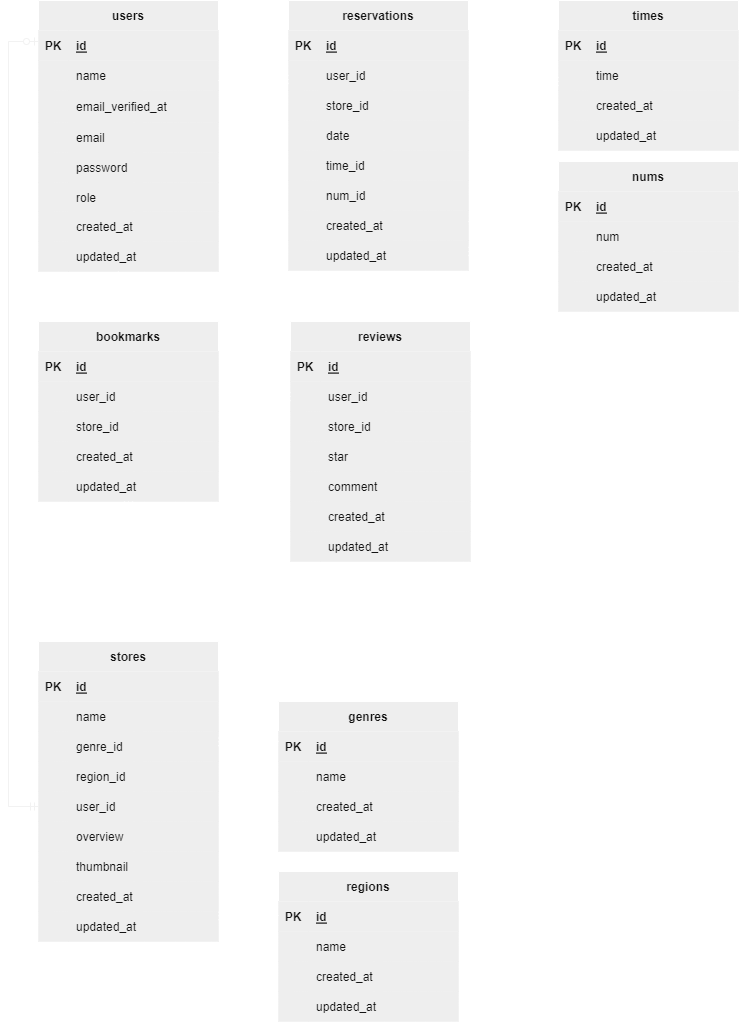
This is reservation.drawio.png from MinaYamamoto/reservation, a draw.io export, as it was before one commit. Source tidied: cells renumbered, new cells last; positions are measured from the earlier drawing's top-left corner, leaving out a move shared by most shapes.
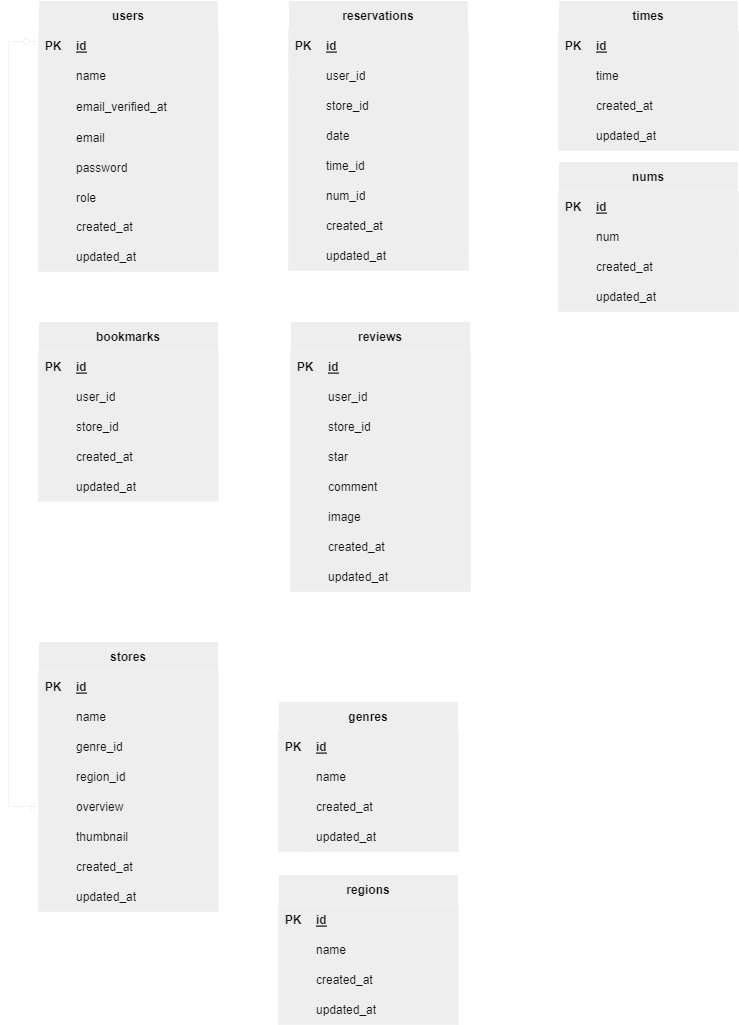
After the commit.

Change to the diagram source:
```diff
@@ -201,7 +201,7 @@
       <mxGeometry x="30" width="150" height="30" as="geometry" />
     </mxCell>
     <mxCell id="68" value="reviews" style="shape=table;startSize=30;rowLines=0;fontStyle=1;align=center;fillColor=#eeeeee;strokeColor=#FFFFFF;fontColor=#141414;" parent="1" vertex="1">
-      <mxGeometry x="282" y="321" width="180" height="240" as="geometry" />
+      <mxGeometry x="282" y="321" width="180" height="270" as="geometry" />
     </mxCell>
     <mxCell id="69" style="shape=tableRow;horizontal=0;startSize=0;swimlaneHead=0;swimlaneBody=0;fillColor=#eeeeee;top=0;left=0;right=0;bottom=1;strokeColor=#FFFFFF;fontColor=#141414;" parent="68" vertex="1">
       <mxGeometry y="30" width="180" height="30" as="geometry" />
@@ -248,8 +248,17 @@
     <mxCell id="83" value="comment" style="shape=partialRectangle;fillColor=#eeeeee;top=0;left=0;bottom=0;right=0;align=left;spacingLeft=6;overflow=hidden;strokeColor=#FFFFFF;fontColor=#141414;" parent="81" vertex="1">
       <mxGeometry x="30" width="150" height="30" as="geometry" />
     </mxCell>
+    <mxCell id="181" style="shape=tableRow;horizontal=0;startSize=0;swimlaneHead=0;swimlaneBody=0;fillColor=#eeeeee;top=0;left=0;right=0;bottom=0;strokeColor=#FFFFFF;fontColor=#141414;" parent="68" vertex="1">
+      <mxGeometry y="180" width="180" height="30" as="geometry" />
+    </mxCell>
+    <mxCell id="116" style="shape=partialRectangle;fillColor=#eeeeee;top=0;left=0;bottom=0;right=0;overflow=hidden;strokeColor=#FFFFFF;fontColor=#141414;" parent="181" vertex="1">
+      <mxGeometry width="30" height="30" as="geometry" />
+    </mxCell>
+    <mxCell id="182" value="image" style="shape=partialRectangle;fillColor=#eeeeee;top=0;left=0;bottom=0;right=0;align=left;spacingLeft=6;overflow=hidden;strokeColor=#FFFFFF;fontColor=#141414;" parent="181" vertex="1">
+      <mxGeometry x="30" width="150" height="30" as="geometry" />
+    </mxCell>
     <mxCell id="84" style="shape=tableRow;horizontal=0;startSize=0;swimlaneHead=0;swimlaneBody=0;fillColor=#eeeeee;top=0;left=0;right=0;bottom=0;strokeColor=#FFFFFF;fontColor=#141414;" parent="68" vertex="1">
-      <mxGeometry y="180" width="180" height="30" as="geometry" />
+      <mxGeometry y="210" width="180" height="30" as="geometry" />
     </mxCell>
     <mxCell id="85" style="shape=partialRectangle;fillColor=#eeeeee;top=0;left=0;bottom=0;right=0;overflow=hidden;strokeColor=#FFFFFF;fontColor=#141414;" parent="84" vertex="1">
       <mxGeometry width="30" height="30" as="geometry" />
@@ -258,7 +267,7 @@
       <mxGeometry x="30" width="150" height="30" as="geometry" />
     </mxCell>
     <mxCell id="87" style="shape=tableRow;horizontal=0;startSize=0;swimlaneHead=0;swimlaneBody=0;fillColor=#eeeeee;top=0;left=0;right=0;bottom=0;strokeColor=#FFFFFF;fontColor=#141414;" parent="68" vertex="1">
-      <mxGeometry y="210" width="180" height="30" as="geometry" />
+      <mxGeometry y="240" width="180" height="30" as="geometry" />
     </mxCell>
     <mxCell id="88" style="shape=partialRectangle;fillColor=#eeeeee;top=0;left=0;bottom=0;right=0;overflow=hidden;strokeColor=#FFFFFF;fontColor=#141414;" parent="87" vertex="1">
       <mxGeometry width="30" height="30" as="geometry" />
@@ -267,7 +276,7 @@
       <mxGeometry x="30" width="150" height="30" as="geometry" />
     </mxCell>
     <mxCell id="90" value="stores" style="shape=table;startSize=30;rowLines=0;fontStyle=1;align=center;fillColor=#eeeeee;strokeColor=#FFFFFF;fontColor=#141414;" parent="1" vertex="1">
-      <mxGeometry x="30" y="641" width="180" height="300" as="geometry" />
+      <mxGeometry x="30" y="641" width="180" height="270" as="geometry" />
     </mxCell>
     <mxCell id="91" style="shape=tableRow;horizontal=0;startSize=0;swimlaneHead=0;swimlaneBody=0;fillColor=#eeeeee;top=0;left=0;right=0;bottom=1;strokeColor=#FFFFFF;fontColor=#141414;" parent="90" vertex="1">
       <mxGeometry y="30" width="180" height="30" as="geometry" />
@@ -311,7 +320,7 @@
     <mxCell id="104" style="shape=partialRectangle;fillColor=#eeeeee;top=0;left=0;bottom=0;right=0;overflow=hidden;strokeColor=#FFFFFF;fontColor=#141414;" parent="103" vertex="1">
       <mxGeometry width="30" height="30" as="geometry" />
     </mxCell>
-    <mxCell id="105" value="user_id" style="shape=partialRectangle;fillColor=#eeeeee;top=0;left=0;bottom=0;right=0;align=left;spacingLeft=6;overflow=hidden;strokeColor=#FFFFFF;fontColor=#141414;" parent="103" vertex="1">
+    <mxCell id="105" value="overview" style="shape=partialRectangle;fillColor=#eeeeee;top=0;left=0;bottom=0;right=0;align=left;spacingLeft=6;overflow=hidden;strokeColor=#FFFFFF;fontColor=#141414;" parent="103" vertex="1">
       <mxGeometry x="30" width="150" height="30" as="geometry" />
     </mxCell>
     <mxCell id="106" style="shape=tableRow;horizontal=0;startSize=0;swimlaneHead=0;swimlaneBody=0;fillColor=#eeeeee;top=0;left=0;right=0;bottom=0;strokeColor=#FFFFFF;fontColor=#141414;" parent="90" vertex="1">
@@ -320,7 +329,7 @@
     <mxCell id="107" style="shape=partialRectangle;fillColor=#eeeeee;top=0;left=0;bottom=0;right=0;overflow=hidden;strokeColor=#FFFFFF;fontColor=#141414;" parent="106" vertex="1">
       <mxGeometry width="30" height="30" as="geometry" />
     </mxCell>
-    <mxCell id="108" value="overview" style="shape=partialRectangle;fillColor=#eeeeee;top=0;left=0;bottom=0;right=0;align=left;spacingLeft=6;overflow=hidden;strokeColor=#FFFFFF;fontColor=#141414;" parent="106" vertex="1">
+    <mxCell id="108" value="thumbnail" style="shape=partialRectangle;fillColor=#eeeeee;top=0;left=0;bottom=0;right=0;align=left;spacingLeft=6;overflow=hidden;strokeColor=#FFFFFF;fontColor=#141414;" parent="106" vertex="1">
       <mxGeometry x="30" width="150" height="30" as="geometry" />
     </mxCell>
     <mxCell id="109" style="shape=tableRow;horizontal=0;startSize=0;swimlaneHead=0;swimlaneBody=0;fillColor=#eeeeee;top=0;left=0;right=0;bottom=0;strokeColor=#FFFFFF;fontColor=#141414;" parent="90" vertex="1">
@@ -329,7 +338,7 @@
     <mxCell id="110" style="shape=partialRectangle;fillColor=#eeeeee;top=0;left=0;bottom=0;right=0;overflow=hidden;strokeColor=#FFFFFF;fontColor=#141414;" parent="109" vertex="1">
       <mxGeometry width="30" height="30" as="geometry" />
     </mxCell>
-    <mxCell id="111" value="thumbnail" style="shape=partialRectangle;fillColor=#eeeeee;top=0;left=0;bottom=0;right=0;align=left;spacingLeft=6;overflow=hidden;strokeColor=#FFFFFF;fontColor=#141414;" parent="109" vertex="1">
+    <mxCell id="111" value="created_at" style="shape=partialRectangle;fillColor=#eeeeee;top=0;left=0;bottom=0;right=0;align=left;spacingLeft=6;overflow=hidden;strokeColor=#FFFFFF;fontColor=#141414;" parent="109" vertex="1">
       <mxGeometry x="30" width="150" height="30" as="geometry" />
     </mxCell>
     <mxCell id="112" style="shape=tableRow;horizontal=0;startSize=0;swimlaneHead=0;swimlaneBody=0;fillColor=#eeeeee;points=[[0,0.5],[1,0.5]];portConstraint=eastwest;top=0;left=0;right=0;bottom=0;strokeColor=#FFFFFF;fontColor=#141414;" parent="90" vertex="1">
@@ -338,18 +347,9 @@
     <mxCell id="113" style="shape=partialRectangle;fillColor=#eeeeee;top=0;left=0;bottom=0;right=0;overflow=hidden;strokeColor=#FFFFFF;fontColor=#141414;" parent="112" vertex="1">
       <mxGeometry width="30" height="30" as="geometry" />
     </mxCell>
-    <mxCell id="114" value="created_at" style="shape=partialRectangle;fillColor=#eeeeee;top=0;left=0;bottom=0;right=0;align=left;spacingLeft=6;overflow=hidden;strokeColor=#FFFFFF;fontColor=#141414;" parent="112" vertex="1">
+    <mxCell id="114" value="updated_at" style="shape=partialRectangle;fillColor=#eeeeee;top=0;left=0;bottom=0;right=0;align=left;spacingLeft=6;overflow=hidden;strokeColor=#FFFFFF;fontColor=#141414;" parent="112" vertex="1">
       <mxGeometry x="30" width="150" height="30" as="geometry" />
     </mxCell>
-    <mxCell id="115" style="shape=tableRow;horizontal=0;startSize=0;swimlaneHead=0;swimlaneBody=0;fillColor=#eeeeee;top=0;left=0;right=0;bottom=0;strokeColor=#FFFFFF;fontColor=#141414;" parent="90" vertex="1">
-      <mxGeometry y="270" width="180" height="30" as="geometry" />
-    </mxCell>
-    <mxCell id="116" style="shape=partialRectangle;fillColor=#eeeeee;top=0;left=0;bottom=0;right=0;overflow=hidden;strokeColor=#FFFFFF;fontColor=#141414;" parent="115" vertex="1">
-      <mxGeometry width="30" height="30" as="geometry" />
-    </mxCell>
-    <mxCell id="117" value="updated_at" style="shape=partialRectangle;fillColor=#eeeeee;top=0;left=0;bottom=0;right=0;align=left;spacingLeft=6;overflow=hidden;strokeColor=#FFFFFF;fontColor=#141414;" parent="115" vertex="1">
-      <mxGeometry x="30" width="150" height="30" as="geometry" />
-    </mxCell>
     <mxCell id="118" value="genres" style="shape=table;startSize=30;rowLines=0;fontStyle=1;align=center;fillColor=#eeeeee;strokeColor=#FFFFFF;fontColor=#141414;" parent="1" vertex="1">
       <mxGeometry x="270" y="701" width="180" height="150" as="geometry" />
     </mxCell>
@@ -390,7 +390,7 @@
       <mxGeometry x="30" width="150" height="30" as="geometry" />
     </mxCell>
     <mxCell id="131" value="regions" style="shape=table;startSize=30;rowLines=0;fontStyle=1;align=center;fillColor=#eeeeee;strokeColor=#FFFFFF;fontColor=#141414;" parent="1" vertex="1">
-      <mxGeometry x="270" y="871" width="180" height="150" as="geometry" />
+      <mxGeometry x="270" y="874" width="180" height="150" as="geometry" />
     </mxCell>
     <mxCell id="132" style="shape=tableRow;horizontal=0;startSize=0;swimlaneHead=0;swimlaneBody=0;fillColor=#eeeeee;top=0;left=0;right=0;bottom=1;strokeColor=#FFFFFF;fontColor=#141414;" parent="131" vertex="1">
       <mxGeometry y="30" width="180" height="30" as="geometry" />
@@ -565,11 +565,8 @@
         </Array>
       </mxGeometry>
     </mxCell>
-    <mxCell id="179" style="fontSize=12;html=1;endArrow=ERzeroToMany;startArrow=ERmandOne;rounded=0;elbow=vertical;fillColor=#eeeeee;strokeColor=#FFFFFF;fontColor=#141414;exitX=0;exitY=0.16;exitDx=0;exitDy=0;exitPerimeter=0;" parent="1" edge="1">
-      <mxGeometry relative="1" as="geometry">
-        <mxPoint x="270" y="915" as="sourcePoint" />
-        <mxPoint x="210" y="915.4" as="targetPoint" />
-      </mxGeometry>
+    <mxCell id="179" style="fontSize=12;html=1;endArrow=ERzeroToMany;startArrow=ERmandOne;rounded=0;elbow=vertical;fillColor=#eeeeee;strokeColor=#FFFFFF;fontColor=#141414;exitX=-0.022;exitY=0.147;exitDx=0;exitDy=0;exitPerimeter=0;entryX=1;entryY=0.5;entryDx=0;entryDy=0;" parent="1" edge="1" source="131" target="112">
+      <mxGeometry relative="1" as="geometry" />
     </mxCell>
     <mxCell id="180" style="fontSize=12;html=1;endArrow=ERzeroToMany;startArrow=ERmandOne;rounded=0;elbow=vertical;fillColor=#eeeeee;strokeColor=#FFFFFF;fontColor=#141414;exitX=0;exitY=0.16;exitDx=0;exitDy=0;exitPerimeter=0;" parent="1" edge="1">
       <mxGeometry relative="1" as="geometry">
```
